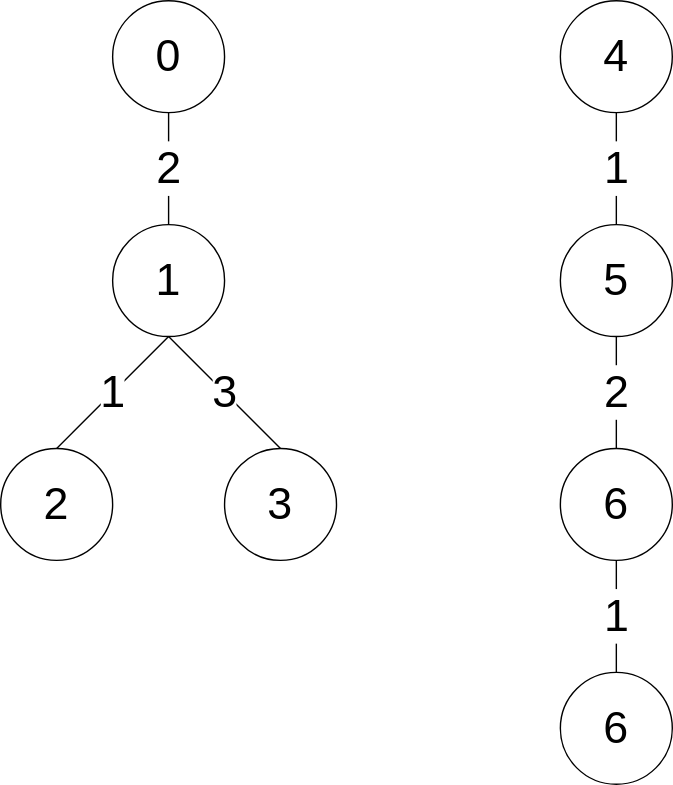
Before: lib/cpalgo/tree/tests/height_testcase2.drawio.svg, a diagram exported from draw.io (xirc/cp-algorithm). Source tidied: cells renumbered, new cells last; positions are measured from the earlier drawing's top-left corner, leaving out a move shared by most shapes.
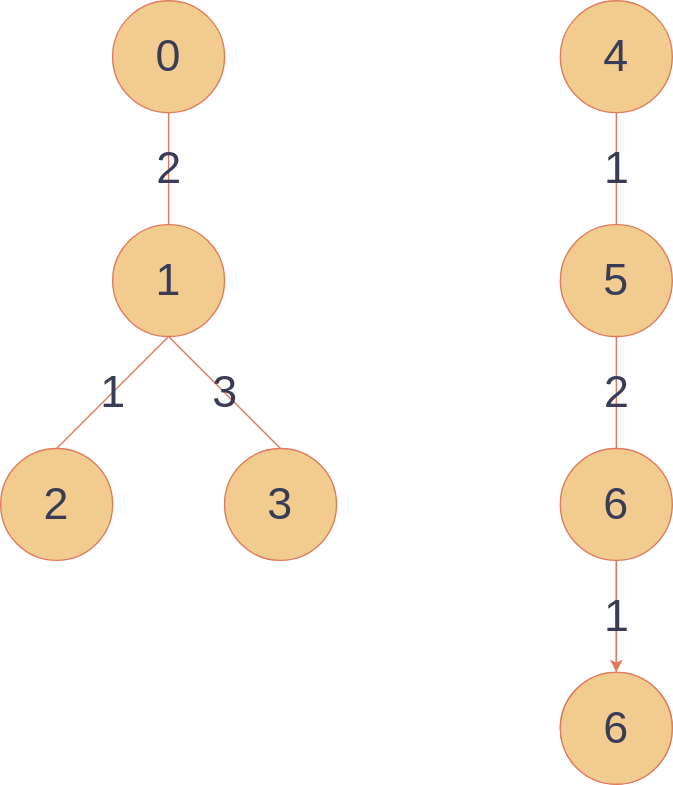
Above is the later version.

What changed in the source:
```diff
@@ -1,48 +1,54 @@
-<mxGraphModel>
+<mxGraphModel background="#FFFFFF">
   <root>
     <mxCell id="0" />
     <mxCell id="1" parent="0" />
-    <mxCell id="2" value="0" style="ellipse;whiteSpace=wrap;html=1;fontSize=32;" parent="1" vertex="1">
+    <mxCell id="2" value="0" style="ellipse;whiteSpace=wrap;html=1;fontSize=32;fillColor=#F2CC8F;strokeColor=#E07A5F;fontColor=#393C56;" parent="1" vertex="1">
       <mxGeometry x="80" width="80" height="80" as="geometry" />
     </mxCell>
-    <mxCell id="3" value="1" style="ellipse;whiteSpace=wrap;html=1;fontSize=32;" parent="1" vertex="1">
+    <mxCell id="3" value="1" style="ellipse;whiteSpace=wrap;html=1;fontSize=32;fillColor=#F2CC8F;strokeColor=#E07A5F;fontColor=#393C56;" parent="1" vertex="1">
       <mxGeometry x="80" y="160" width="80" height="80" as="geometry" />
     </mxCell>
-    <mxCell id="4" value="2" style="ellipse;whiteSpace=wrap;html=1;fontSize=32;" parent="1" vertex="1">
+    <mxCell id="4" value="2" style="ellipse;whiteSpace=wrap;html=1;fontSize=32;fillColor=#F2CC8F;strokeColor=#E07A5F;fontColor=#393C56;" parent="1" vertex="1">
       <mxGeometry y="320" width="80" height="80" as="geometry" />
     </mxCell>
-    <mxCell id="5" value="3" style="ellipse;whiteSpace=wrap;html=1;fontSize=32;" parent="1" vertex="1">
+    <mxCell id="5" value="3" style="ellipse;whiteSpace=wrap;html=1;fontSize=32;fillColor=#F2CC8F;strokeColor=#E07A5F;fontColor=#393C56;" parent="1" vertex="1">
       <mxGeometry x="160" y="320" width="80" height="80" as="geometry" />
     </mxCell>
-    <mxCell id="6" value="1" style="endArrow=none;html=1;exitX=0.5;exitY=0;exitDx=0;exitDy=0;entryX=0.5;entryY=1;entryDx=0;entryDy=0;fontSize=32;" parent="1" edge="1" source="4" target="3">
+    <mxCell id="6" value="1" style="endArrow=none;html=1;exitX=0.5;exitY=0;exitDx=0;exitDy=0;entryX=0.5;entryY=1;entryDx=0;entryDy=0;fontSize=32;labelBackgroundColor=none;strokeColor=#E07A5F;fontColor=#393C56;" parent="1" edge="1" source="4" target="3">
       <mxGeometry relative="1" as="geometry" />
     </mxCell>
-    <mxCell id="7" value="3" style="endArrow=none;html=1;exitX=0.5;exitY=0;exitDx=0;exitDy=0;entryX=0.5;entryY=1;entryDx=0;entryDy=0;fontSize=32;" parent="1" edge="1" source="5" target="3">
+    <mxCell id="7" value="3" style="endArrow=none;html=1;exitX=0.5;exitY=0;exitDx=0;exitDy=0;entryX=0.5;entryY=1;entryDx=0;entryDy=0;fontSize=32;labelBackgroundColor=none;strokeColor=#E07A5F;fontColor=#393C56;" parent="1" edge="1" source="5" target="3">
       <mxGeometry relative="1" as="geometry" />
     </mxCell>
-    <mxCell id="8" value="2" style="endArrow=none;html=1;exitX=0.5;exitY=0;exitDx=0;exitDy=0;entryX=0.5;entryY=1;entryDx=0;entryDy=0;fontSize=32;" parent="1" edge="1" source="3" target="2">
+    <mxCell id="8" value="2" style="endArrow=none;html=1;exitX=0.5;exitY=0;exitDx=0;exitDy=0;entryX=0.5;entryY=1;entryDx=0;entryDy=0;fontSize=32;labelBackgroundColor=none;strokeColor=#E07A5F;fontColor=#393C56;" parent="1" edge="1" source="3" target="2">
       <mxGeometry relative="1" as="geometry" />
     </mxCell>
-    <mxCell id="9" value="4" style="ellipse;whiteSpace=wrap;html=1;fontSize=32;" parent="1" vertex="1">
+    <mxCell id="9" value="4" style="ellipse;whiteSpace=wrap;html=1;fontSize=32;fillColor=#F2CC8F;strokeColor=#E07A5F;fontColor=#393C56;" parent="1" vertex="1">
       <mxGeometry x="400" width="80" height="80" as="geometry" />
     </mxCell>
-    <mxCell id="10" value="5" style="ellipse;whiteSpace=wrap;html=1;fontSize=32;" parent="1" vertex="1">
+    <mxCell id="10" value="5" style="ellipse;whiteSpace=wrap;html=1;fontSize=32;fillColor=#F2CC8F;strokeColor=#E07A5F;fontColor=#393C56;" parent="1" vertex="1">
       <mxGeometry x="400" y="160" width="80" height="80" as="geometry" />
     </mxCell>
+    <mxCell id="16" style="edgeStyle=orthogonalEdgeStyle;curved=0;rounded=1;sketch=0;jettySize=auto;html=1;strokeColor=#E07A5F;fillColor=#F2CC8F;fontColor=#393C56;" parent="1" edge="1" source="11" target="17">
+      <mxGeometry relative="1" as="geometry" />
+    </mxCell>
-    <mxCell id="11" value="6" style="ellipse;whiteSpace=wrap;html=1;fontSize=32;" parent="1" vertex="1">
+    <mxCell id="11" value="6" style="ellipse;whiteSpace=wrap;html=1;fontSize=32;fillColor=#F2CC8F;strokeColor=#E07A5F;fontColor=#393C56;" parent="1" vertex="1">
       <mxGeometry x="400" y="320" width="80" height="80" as="geometry" />
     </mxCell>
-    <mxCell id="12" value="2" style="endArrow=none;html=1;exitX=0.5;exitY=0;exitDx=0;exitDy=0;entryX=0.5;entryY=1;entryDx=0;entryDy=0;fontSize=32;" parent="1" edge="1" source="11" target="10">
+    <mxCell id="12" value="2" style="endArrow=none;html=1;exitX=0.5;exitY=0;exitDx=0;exitDy=0;entryX=0.5;entryY=1;entryDx=0;entryDy=0;fontSize=32;labelBackgroundColor=none;strokeColor=#E07A5F;fontColor=#393C56;" parent="1" edge="1" source="11" target="10">
       <mxGeometry relative="1" as="geometry" />
     </mxCell>
-    <mxCell id="13" value="1" style="endArrow=none;html=1;exitX=0.5;exitY=0;exitDx=0;exitDy=0;entryX=0.5;entryY=1;entryDx=0;entryDy=0;fontSize=32;" parent="1" edge="1" source="10" target="9">
+    <mxCell id="13" value="1" style="endArrow=none;html=1;exitX=0.5;exitY=0;exitDx=0;exitDy=0;entryX=0.5;entryY=1;entryDx=0;entryDy=0;fontSize=32;labelBackgroundColor=none;strokeColor=#E07A5F;fontColor=#393C56;" parent="1" edge="1" source="10" target="9">
       <mxGeometry relative="1" as="geometry" />
     </mxCell>
-    <mxCell id="14" value="6" style="ellipse;whiteSpace=wrap;html=1;fontSize=32;" parent="1" vertex="1">
+    <mxCell id="14" value="6" style="ellipse;whiteSpace=wrap;html=1;fontSize=32;fillColor=#F2CC8F;strokeColor=#E07A5F;fontColor=#393C56;" parent="1" vertex="1">
       <mxGeometry x="400" y="480" width="80" height="80" as="geometry" />
     </mxCell>
-    <mxCell id="15" value="1" style="endArrow=none;html=1;exitX=0.5;exitY=0;exitDx=0;exitDy=0;entryX=0.5;entryY=1;entryDx=0;entryDy=0;fontSize=32;" parent="1" edge="1" source="14" target="11">
+    <mxCell id="15" value="1" style="endArrow=none;html=1;exitX=0.5;exitY=0;exitDx=0;exitDy=0;entryX=0.5;entryY=1;entryDx=0;entryDy=0;fontSize=32;labelBackgroundColor=none;strokeColor=#E07A5F;fontColor=#393C56;" parent="1" edge="1" source="14" target="11">
       <mxGeometry relative="1" as="geometry" />
     </mxCell>
+    <mxCell id="17" value="6" style="ellipse;whiteSpace=wrap;html=1;fontSize=32;fillColor=#F2CC8F;strokeColor=#E07A5F;fontColor=#393C56;" parent="1" vertex="1">
+      <mxGeometry x="400" y="480" width="80" height="80" as="geometry" />
+    </mxCell>
   </root>
 </mxGraphModel>
```
